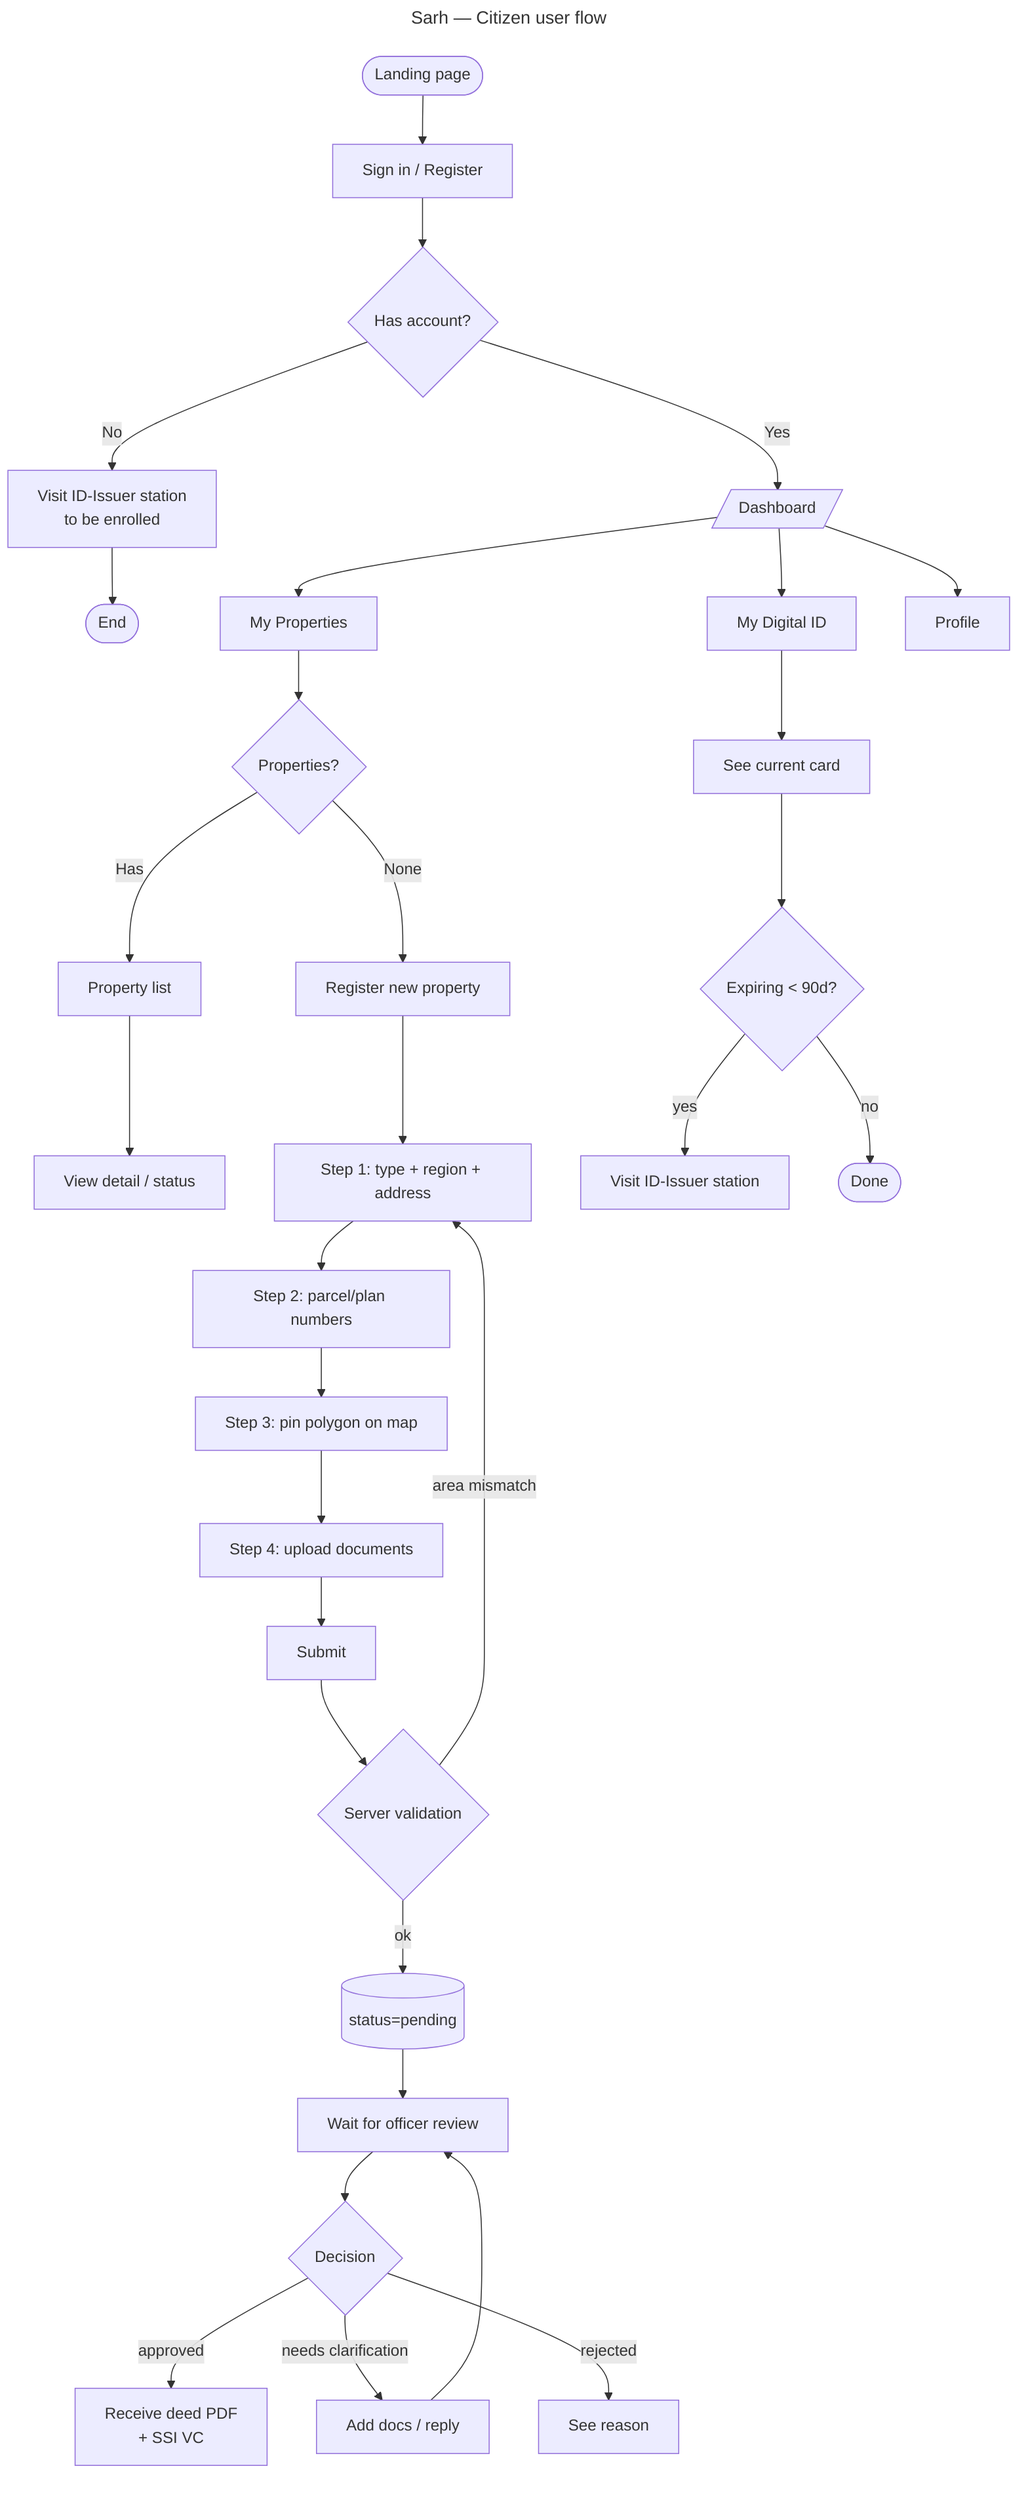
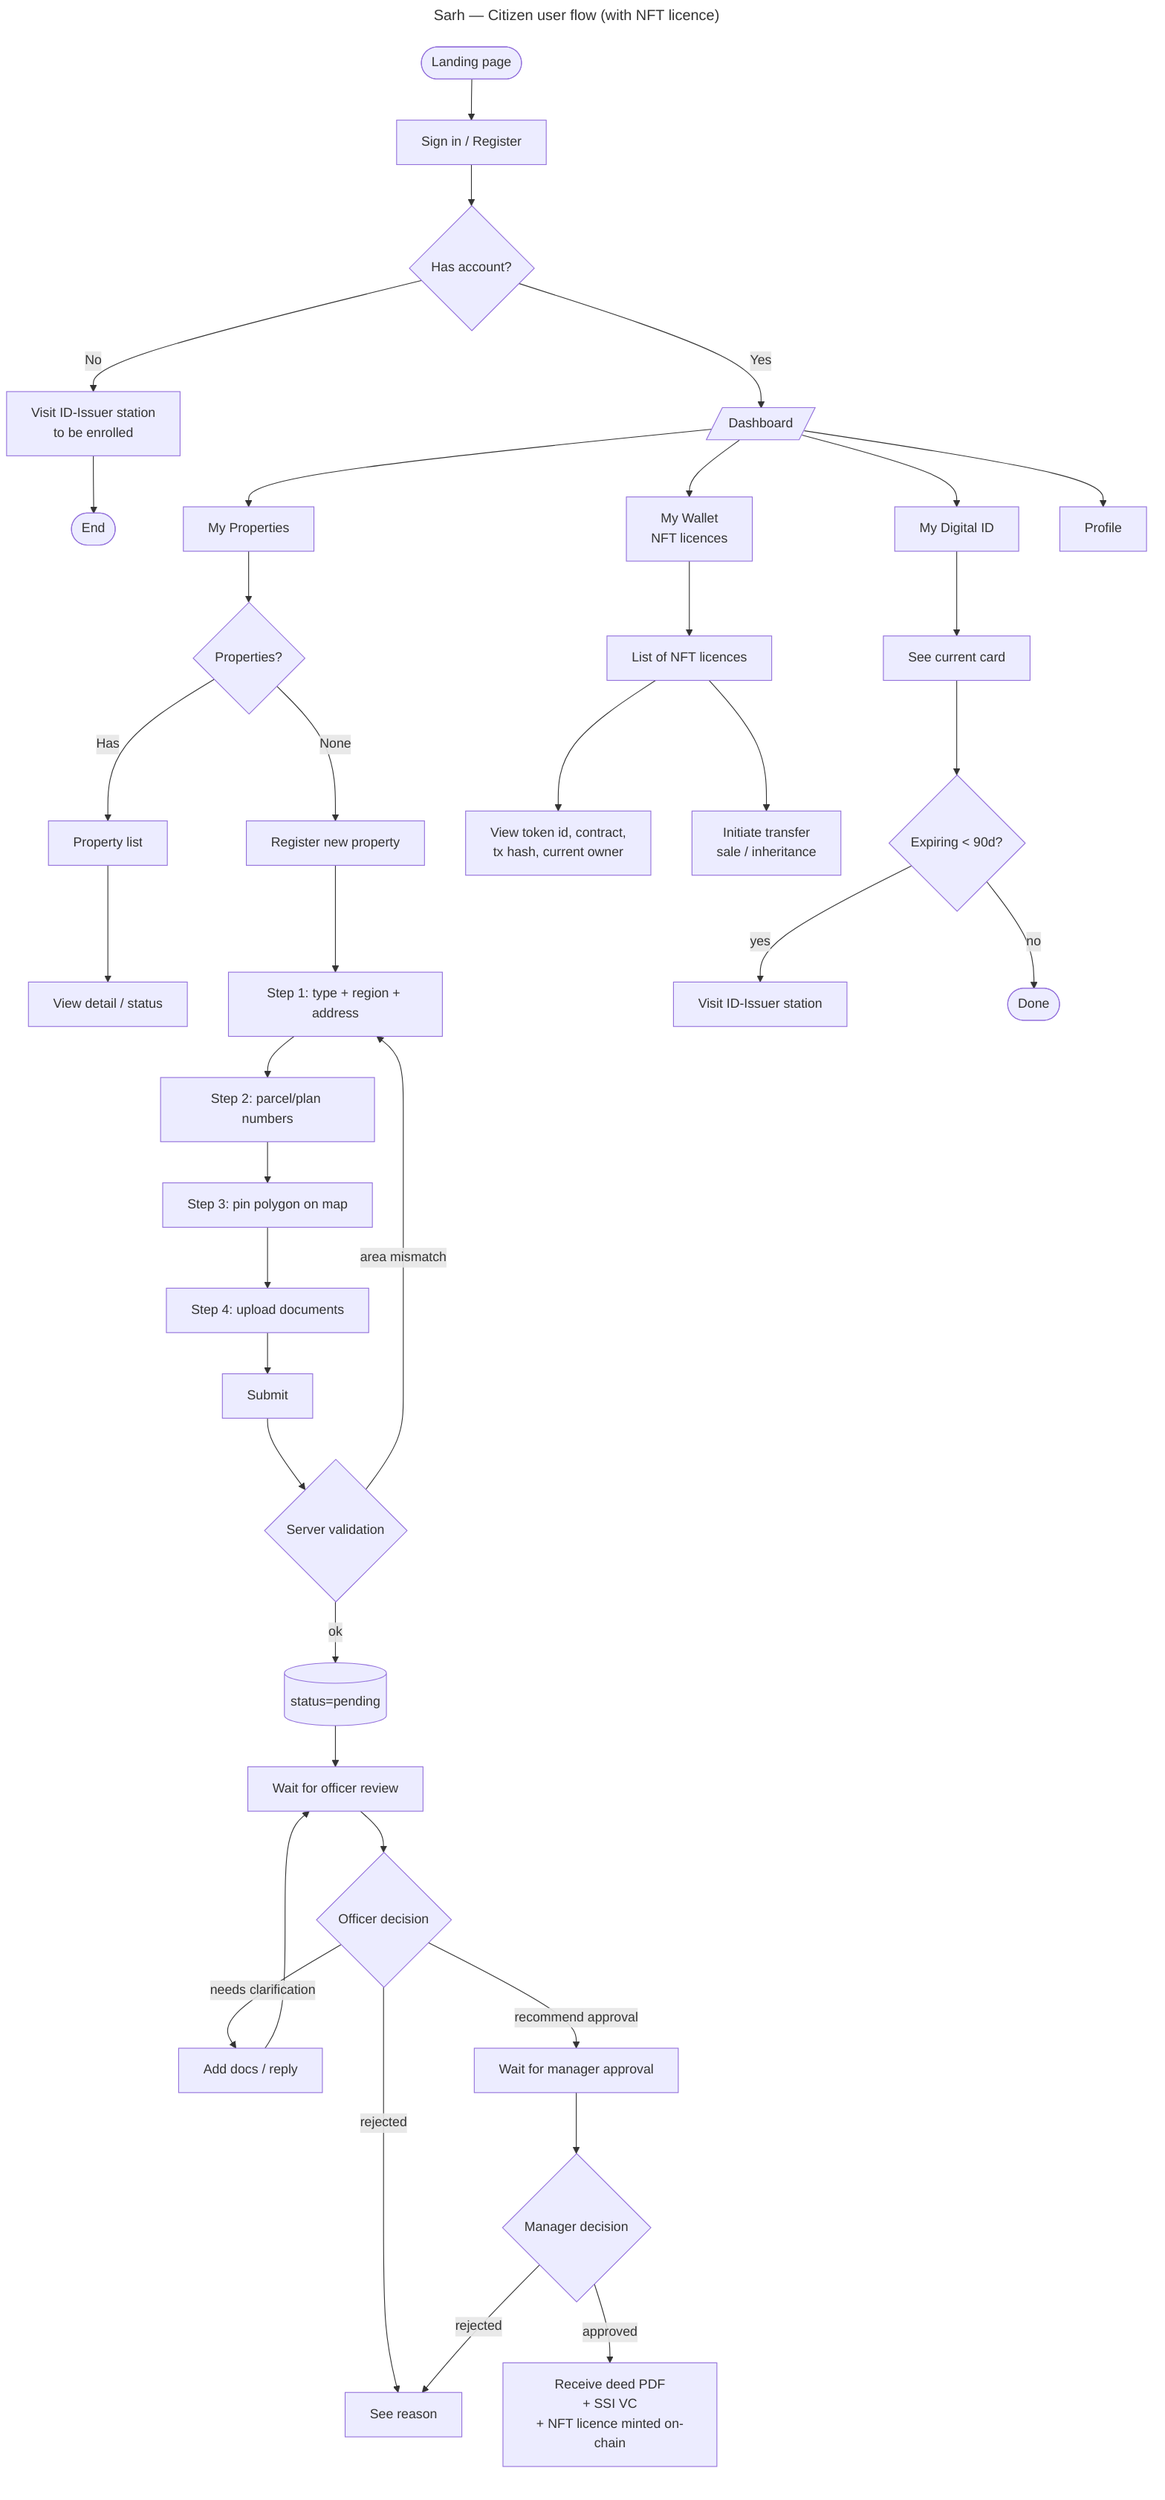
---
- title: Sarh — Citizen user flow
+ title: Sarh — Citizen user flow (with NFT licence)
---
flowchart TD
    A([Landing page]) --> B[Sign in / Register]
    B --> C{Has account?}
    C -- No --> C1[Visit ID-Issuer station<br/>to be enrolled] --> END1([End])
    C -- Yes --> D[/Dashboard/]
    D --> E[My Properties]
    D --> F[My Digital ID]
-     D --> G[Profile]
+     D --> G[My Wallet<br/>NFT licences]
+     D --> H[Profile]

    E --> E1{Properties?}
    E1 -- None --> E2[Register new property]
    E1 -- Has --> E3[Property list]
    E3 --> E4[View detail / status]

    E2 --> E5[Step 1: type + region + address]
    E5 --> E6[Step 2: parcel/plan numbers]
    E6 --> E7[Step 3: pin polygon on map]
    E7 --> E8[Step 4: upload documents]
    E8 --> E9[Submit]
    E9 --> E10{Server validation}
    E10 -- ok --> E11[(status=pending)]
    E10 -- area mismatch --> E5
    E11 --> E12[Wait for officer review]
-     E12 --> E13{Decision}
-     E13 -- approved --> E14[Receive deed PDF<br/>+ SSI VC]
+     E12 --> E13{Officer decision}
    E13 -- needs clarification --> E15[Add docs / reply]
    E15 --> E12
    E13 -- rejected --> E16[See reason]
+     E13 -- recommend approval --> E17[Wait for manager approval]
+     E17 --> E18{Manager decision}
+     E18 -- rejected --> E16
+     E18 -- approved --> E19[Receive deed PDF<br/>+ SSI VC<br/>+ NFT licence minted on-chain]
+ 
+     G --> G1[List of NFT licences]
+     G1 --> G2[View token id, contract,<br/>tx hash, current owner]
+     G1 --> G3[Initiate transfer<br/>sale / inheritance]

    F --> F1[See current card]
    F1 --> F2{Expiring < 90d?}
    F2 -- yes --> F3[Visit ID-Issuer station]
    F2 -- no --> F4([Done])
